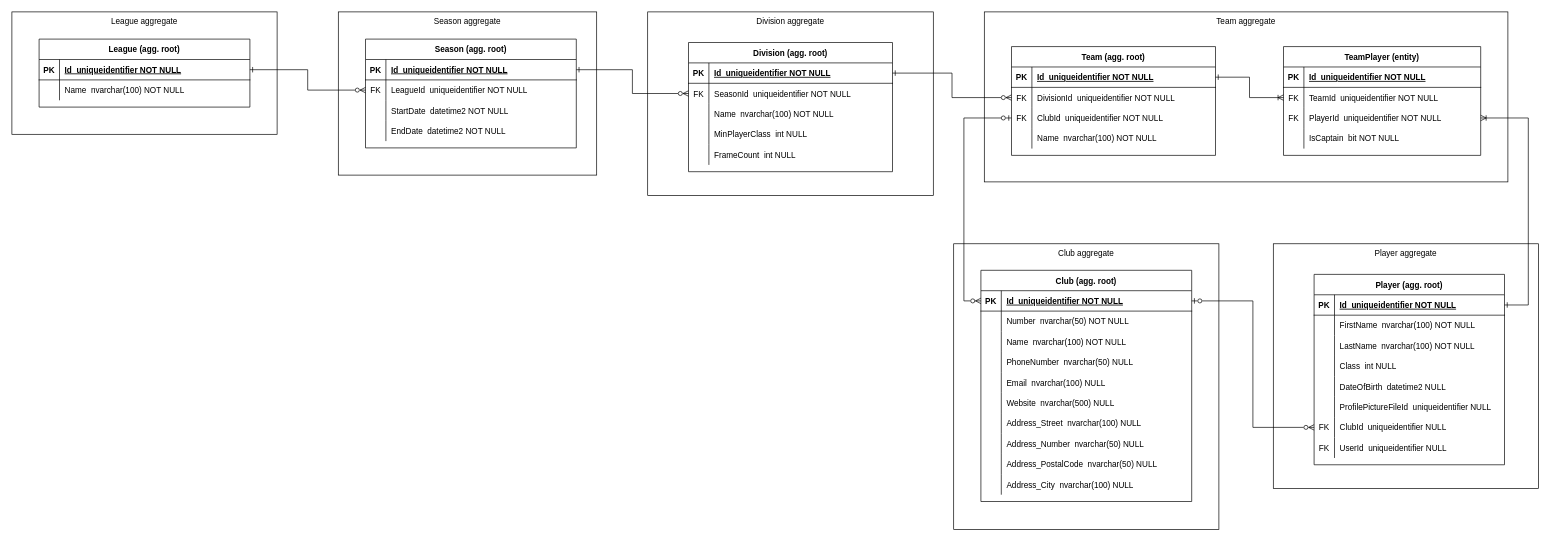
Above: documentation/Snooker ERD.drawio in steffbeckers/snooker (draw.io), before the change. Source tidied: cells renumbered, new cells numbered last; positions are measured from the earlier drawing's top-left corner, leaving out a move shared by most shapes. Both pictures are drawn from the tidied source at 68%, with x=0, y=0 at pixel (12, 12).
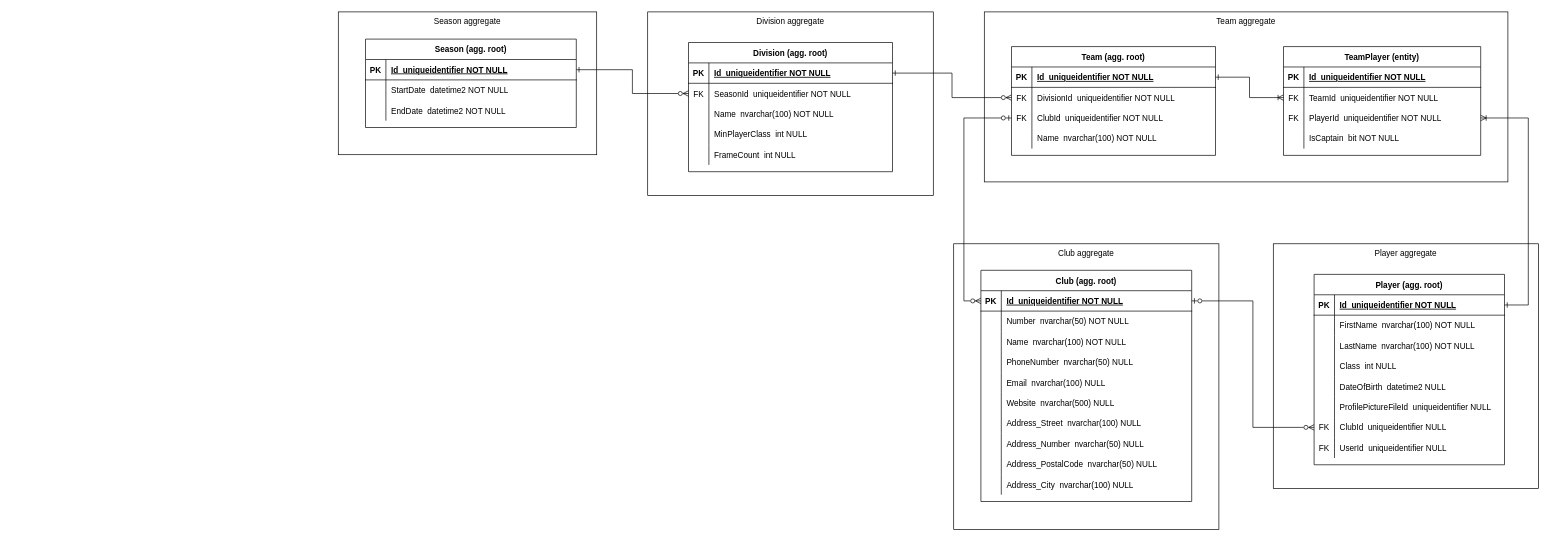
The same diagram, later.

The edit, as a diff of the source:
```diff
@@
-    <mxCell id="61" value="League aggregate" style="rounded=0;whiteSpace=wrap;html=1;verticalAlign=top;" parent="1" vertex="1">
-      <mxGeometry width="390" height="180" as="geometry" />
-    </mxCell>
-    <mxCell id="62" value="League (agg. root)" style="shape=table;startSize=30;childLayout=tableLayout;rowLines=0;fontStyle=1;align=center;" parent="1" vertex="1">
-      <mxGeometry x="40" y="40" width="310" height="100" as="geometry" />
-    </mxCell>
-    <mxCell id="63" style="shape=partialRectangle;fillColor=none;points=[[0,0.5],[1,0.5]];portConstraint=eastwest;top=0;left=0;right=0;bottom=1;" parent="62" vertex="1">
-      <mxGeometry y="30" width="310" height="30" as="geometry" />
-    </mxCell>
-    <mxCell id="64" value="PK" style="shape=partialRectangle;overflow=hidden;fillColor=none;top=0;left=0;bottom=0;right=0;fontStyle=1;" parent="63" vertex="1">
-      <mxGeometry width="30" height="30" as="geometry" />
-    </mxCell>
-    <mxCell id="65" value="Id  uniqueidentifier NOT NULL " style="shape=partialRectangle;overflow=hidden;fillColor=none;top=0;left=0;bottom=0;right=0;align=left;spacingLeft=6;fontStyle=5;" parent="63" vertex="1">
-      <mxGeometry x="30" width="280" height="30" as="geometry" />
-    </mxCell>
-    <mxCell id="66" style="shape=partialRectangle;fillColor=none;top=0;left=0;right=0;bottom=0;" parent="62" vertex="1">
-      <mxGeometry y="60" width="310" height="30" as="geometry" />
-    </mxCell>
-    <mxCell id="67" style="shape=partialRectangle;overflow=hidden;fillColor=none;top=0;left=0;bottom=0;right=0;" parent="66" vertex="1">
-      <mxGeometry width="30" height="30" as="geometry" />
-    </mxCell>
-    <mxCell id="68" value="Name  nvarchar(100) NOT NULL" style="shape=partialRectangle;overflow=hidden;fillColor=none;top=0;left=0;bottom=0;right=0;align=left;spacingLeft=6;" parent="66" vertex="1">
-      <mxGeometry x="30" width="280" height="30" as="geometry" />
-    </mxCell>
     <mxCell id="69" value="Season aggregate" style="rounded=0;whiteSpace=wrap;html=1;verticalAlign=top;" parent="1" vertex="1">
-      <mxGeometry x="480" width="380" height="240" as="geometry" />
+      <mxGeometry x="480" width="380" height="210" as="geometry" />
     </mxCell>
     <mxCell id="70" value="Season (agg. root)" style="shape=table;startSize=30;childLayout=tableLayout;rowLines=0;fontStyle=1;align=center;" parent="1" vertex="1">
-      <mxGeometry x="520" y="40" width="310" height="160" as="geometry" />
+      <mxGeometry x="520" y="40" width="310" height="130" as="geometry" />
     </mxCell>
@@
-    <mxCell id="74" style="shape=partialRectangle;fillColor=none;points=[[0,0.5],[1,0.5]];portConstraint=eastwest;top=0;left=0;right=0;bottom=0;" parent="70" vertex="1">
-      <mxGeometry y="60" width="310" height="30" as="geometry" />
-    </mxCell>
-    <mxCell id="75" value="FK" style="shape=partialRectangle;overflow=hidden;fillColor=none;top=0;left=0;bottom=0;right=0;" parent="74" vertex="1">
-      <mxGeometry width="30" height="30" as="geometry" />
-    </mxCell>
-    <mxCell id="76" value="LeagueId  uniqueidentifier NOT NULL" style="shape=partialRectangle;overflow=hidden;fillColor=none;top=0;left=0;bottom=0;right=0;align=left;spacingLeft=6;" parent="74" vertex="1">
-      <mxGeometry x="30" width="280" height="30" as="geometry" />
-    </mxCell>
     <mxCell id="77" style="shape=partialRectangle;fillColor=none;top=0;left=0;right=0;bottom=0;" parent="70" vertex="1">
-      <mxGeometry y="90" width="310" height="30" as="geometry" />
+      <mxGeometry y="60" width="310" height="30" as="geometry" />
     </mxCell>
@@
     <mxCell id="80" style="shape=partialRectangle;fillColor=none;top=0;left=0;right=0;bottom=0;" parent="70" vertex="1">
-      <mxGeometry y="120" width="310" height="30" as="geometry" />
+      <mxGeometry y="90" width="310" height="30" as="geometry" />
     </mxCell>
@@
-    <mxCell id="127" style="edgeStyle=orthogonalEdgeStyle;endArrow=ERzeroToMany;startArrow=ERone;endFill=0;startFill=0;rounded=0;entryX=0;entryY=0.5;entryDx=0;entryDy=0;exitX=1;exitY=0.5;exitDx=0;exitDy=0;" parent="1" edge="1" source="63" target="74">
-      <mxGeometry relative="1" as="geometry" />
-    </mxCell>
```
